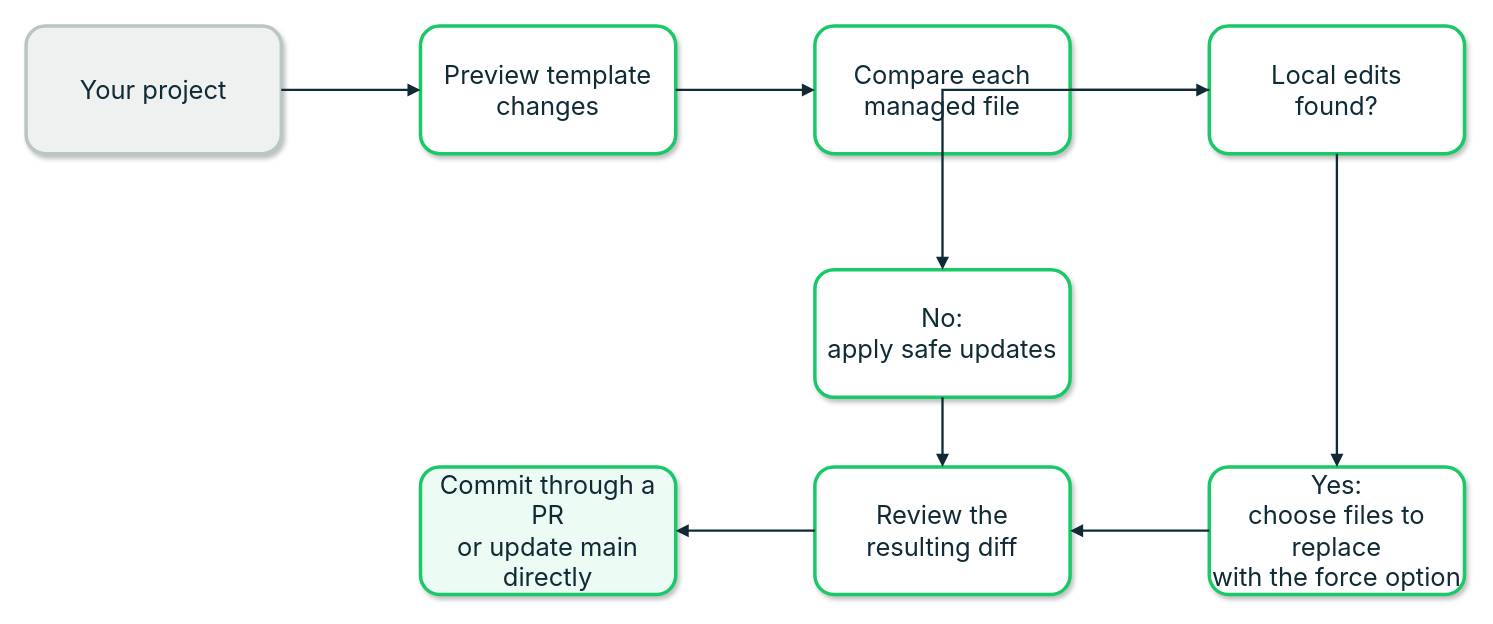
buckwem/prodockit-extensions keeps this draw.io diagram as tools/documentation-diagrams/23.1-template-sync-decision.drawio. Above is the earlier version. Source tidied: cells renumbered, new cells numbered last; positions are measured from the earlier drawing's top-left corner, leaving out a move shared by most shapes. Both pictures are drawn from the tidied source at 116%, with x=0, y=0 at pixel (26, 26).
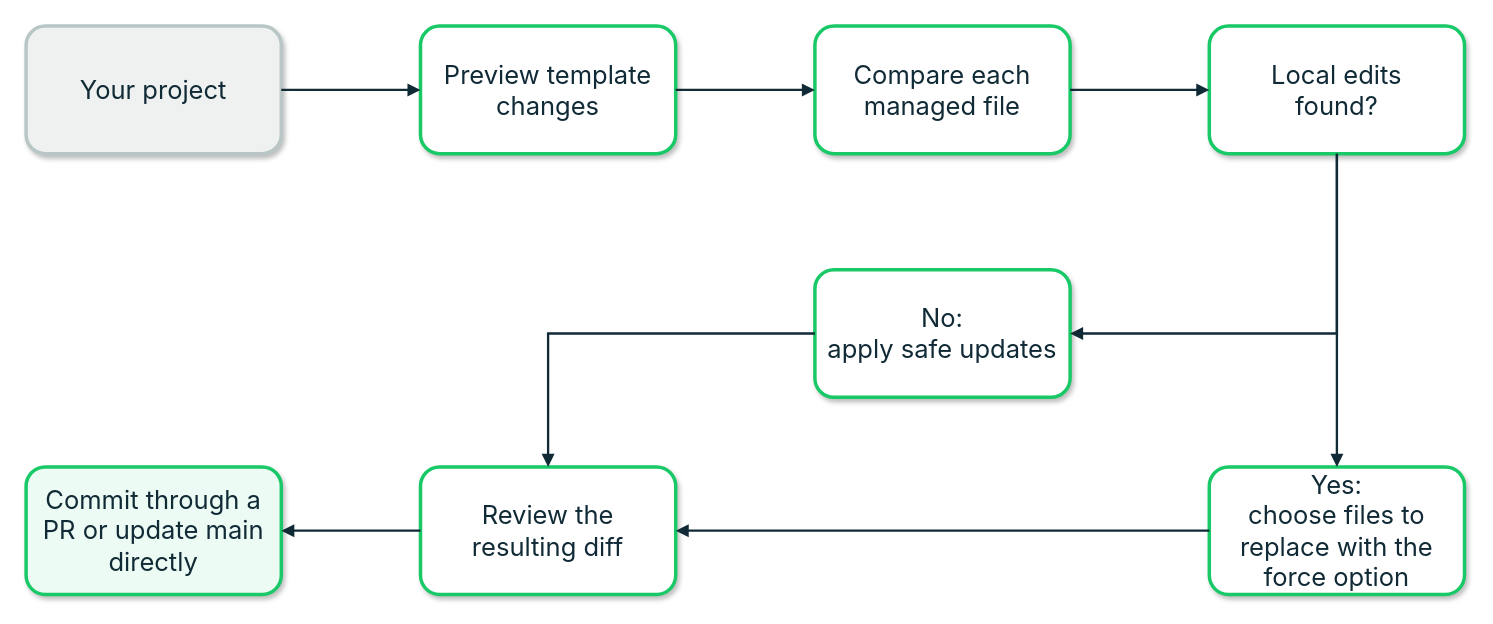
The same page after the edit.

Diff of the diagram source:
```diff
@@
 <mxGraphModel>
   <root>
     <mxCell id="0" />
     <mxCell id="1" parent="0" />
     <mxCell id="2" value="Your project" style="rounded=1;whiteSpace=wrap;html=1;fillColor=#eef1ef;strokeColor=#b8c6c5;strokeWidth=3;fontColor=#102a36;fontSize=22;fontFamily=Inter;shadow=1;" parent="1" vertex="1">
       <mxGeometry width="220" height="110" as="geometry" />
     </mxCell>
     <mxCell id="3" value="Preview template&lt;br&gt;changes" style="rounded=1;whiteSpace=wrap;html=1;fillColor=#ffffff;strokeColor=#19c866;strokeWidth=3;fontColor=#102a36;fontSize=22;fontFamily=Inter;shadow=1;" parent="1" vertex="1">
       <mxGeometry x="340" width="220" height="110" as="geometry" />
     </mxCell>
     <mxCell id="4" value="Compare each&lt;br&gt;managed file" style="rounded=1;whiteSpace=wrap;html=1;fillColor=#ffffff;strokeColor=#19c866;strokeWidth=3;fontColor=#102a36;fontSize=22;fontFamily=Inter;shadow=1;" parent="1" vertex="1">
       <mxGeometry x="680" width="220" height="110" as="geometry" />
     </mxCell>
     <mxCell id="5" value="Local edits&lt;br&gt;found?" style="rounded=1;whiteSpace=wrap;html=1;fillColor=#ffffff;strokeColor=#19c866;strokeWidth=3;fontColor=#102a36;fontSize=22;fontFamily=Inter;shadow=1;" parent="1" vertex="1">
       <mxGeometry x="1020" width="220" height="110" as="geometry" />
     </mxCell>
     <mxCell id="6" value="No:&lt;br&gt;apply safe updates" style="rounded=1;whiteSpace=wrap;html=1;fillColor=#ffffff;strokeColor=#19c866;strokeWidth=3;fontColor=#102a36;fontSize=22;fontFamily=Inter;shadow=1;" parent="1" vertex="1">
       <mxGeometry x="680" y="210" width="220" height="110" as="geometry" />
     </mxCell>
-    <mxCell id="7" value="Yes:&lt;br&gt;choose files to replace&lt;br&gt;with the force option" style="rounded=1;whiteSpace=wrap;html=1;fillColor=#ffffff;strokeColor=#19c866;strokeWidth=3;fontColor=#102a36;fontSize=22;fontFamily=Inter;shadow=1;" parent="1" vertex="1">
+    <mxCell id="7" value="Yes:&lt;br&gt;choose files to replace with the force option" style="rounded=1;whiteSpace=wrap;html=1;fillColor=#ffffff;strokeColor=#19c866;strokeWidth=3;fontColor=#102a36;fontSize=22;fontFamily=Inter;shadow=1;" parent="1" vertex="1">
       <mxGeometry x="1020" y="380" width="220" height="110" as="geometry" />
     </mxCell>
     <mxCell id="8" value="Review the&lt;br&gt;resulting diff" style="rounded=1;whiteSpace=wrap;html=1;fillColor=#ffffff;strokeColor=#19c866;strokeWidth=3;fontColor=#102a36;fontSize=22;fontFamily=Inter;shadow=1;" parent="1" vertex="1">
-      <mxGeometry x="680" y="380" width="220" height="110" as="geometry" />
+      <mxGeometry x="340" y="380" width="220" height="110" as="geometry" />
     </mxCell>
-    <mxCell id="9" value="Commit through a PR&lt;br&gt;or update main directly" style="rounded=1;whiteSpace=wrap;html=1;fillColor=#ecfbf3;strokeColor=#19c866;strokeWidth=3;fontColor=#102a36;fontSize=22;fontFamily=Inter;shadow=1;" parent="1" vertex="1">
-      <mxGeometry x="340" y="380" width="220" height="110" as="geometry" />
+    <mxCell id="9" value="Commit through a PR&amp;nbsp;or update main directly" style="rounded=1;whiteSpace=wrap;html=1;fillColor=#ecfbf3;strokeColor=#19c866;strokeWidth=3;fontColor=#102a36;fontSize=22;fontFamily=Inter;shadow=1;" parent="1" vertex="1">
+      <mxGeometry y="380" width="220" height="110" as="geometry" />
     </mxCell>
     <mxCell id="10" style="edgeStyle=orthogonalEdgeStyle;rounded=0;jettySize=auto;html=1;strokeColor=#102a36;strokeWidth=2;endArrow=block;endFill=1;fontSize=18;fontColor=#102a36;fontFamily=Inter;labelBackgroundColor=#ffffff;" parent="1" edge="1" source="2" target="3">
       <mxGeometry relative="1" as="geometry" />
     </mxCell>
     <mxCell id="11" style="edgeStyle=orthogonalEdgeStyle;rounded=0;jettySize=auto;html=1;strokeColor=#102a36;strokeWidth=2;endArrow=block;endFill=1;fontSize=18;fontColor=#102a36;fontFamily=Inter;labelBackgroundColor=#ffffff;" parent="1" edge="1" source="3" target="4">
       <mxGeometry relative="1" as="geometry" />
     </mxCell>
     <mxCell id="12" style="edgeStyle=orthogonalEdgeStyle;rounded=0;jettySize=auto;html=1;strokeColor=#102a36;strokeWidth=2;endArrow=block;endFill=1;fontSize=18;fontColor=#102a36;fontFamily=Inter;labelBackgroundColor=#ffffff;" parent="1" edge="1" source="4" target="5">
       <mxGeometry relative="1" as="geometry" />
     </mxCell>
     <mxCell id="13" style="edgeStyle=orthogonalEdgeStyle;rounded=0;jettySize=auto;html=1;strokeColor=#102a36;strokeWidth=2;endArrow=block;endFill=1;fontSize=18;fontColor=#102a36;fontFamily=Inter;labelBackgroundColor=#ffffff;" parent="1" edge="1" source="5" target="7">
       <mxGeometry relative="1" as="geometry" />
     </mxCell>
-    <mxCell id="14" style="edgeStyle=orthogonalEdgeStyle;rounded=0;jettySize=auto;html=1;strokeColor=#102a36;strokeWidth=2;endArrow=block;endFill=1;fontSize=18;fontColor=#102a36;fontFamily=Inter;labelBackgroundColor=#ffffff;" parent="1" edge="1" source="5" target="6">
-      <mxGeometry relative="1" as="geometry" />
+    <mxCell id="14" style="edgeStyle=orthogonalEdgeStyle;rounded=0;jettySize=auto;html=1;strokeColor=#102a36;strokeWidth=2;endArrow=block;endFill=1;fontSize=18;fontColor=#102a36;fontFamily=Inter;labelBackgroundColor=#ffffff;entryX=1;entryY=0.5;entryDx=0;entryDy=0;" parent="1" edge="1" target="6">
+      <mxGeometry relative="1" as="geometry">
+        <mxPoint x="1130" y="110" as="sourcePoint" />
+        <Array as="points">
+          <mxPoint x="1130" y="265" />
+        </Array>
+      </mxGeometry>
     </mxCell>
     <mxCell id="15" style="edgeStyle=orthogonalEdgeStyle;rounded=0;jettySize=auto;html=1;strokeColor=#102a36;strokeWidth=2;endArrow=block;endFill=1;fontSize=18;fontColor=#102a36;fontFamily=Inter;labelBackgroundColor=#ffffff;" parent="1" edge="1" source="7" target="8">
       <mxGeometry relative="1" as="geometry" />
     </mxCell>
     <mxCell id="16" style="edgeStyle=orthogonalEdgeStyle;rounded=0;jettySize=auto;html=1;strokeColor=#102a36;strokeWidth=2;endArrow=block;endFill=1;fontSize=18;fontColor=#102a36;fontFamily=Inter;labelBackgroundColor=#ffffff;" parent="1" edge="1" source="6" target="8">
       <mxGeometry relative="1" as="geometry" />
     </mxCell>
     <mxCell id="17" style="edgeStyle=orthogonalEdgeStyle;rounded=0;jettySize=auto;html=1;strokeColor=#102a36;strokeWidth=2;endArrow=block;endFill=1;fontSize=18;fontColor=#102a36;fontFamily=Inter;labelBackgroundColor=#ffffff;" parent="1" edge="1" source="8" target="9">
       <mxGeometry relative="1" as="geometry" />
     </mxCell>
   </root>
 </mxGraphModel>
```
